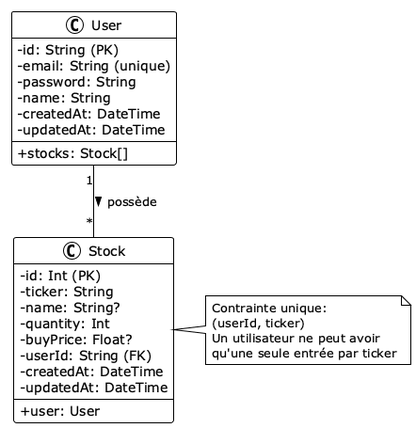
This is docs/uml/images/01-class-diagram.png from neyzare/FinanTrack, a PlantUML export, as it was before one commit. The source it was exported from:
```plantuml
@startuml
!theme plain
skinparam classAttributeIconSize 0

class User {
  - id: String (PK)
  - email: String (unique)
  - password: String
  - name: String
  - createdAt: DateTime
  - updatedAt: DateTime
  __
  + stocks: Stock[]
}

class Stock {
  - id: Int (PK)
  - ticker: String
  - name: String?
  - quantity: Int
  - buyPrice: Float?
  - userId: String (FK)
  - createdAt: DateTime
  - updatedAt: DateTime
  __
  + user: User
}

User "1" -- "*" Stock : possède >

note right of Stock
  Contrainte unique:
  (userId, ticker)
  Un utilisateur ne peut avoir
  qu'une seule entrée par ticker
end note

@enduml
```
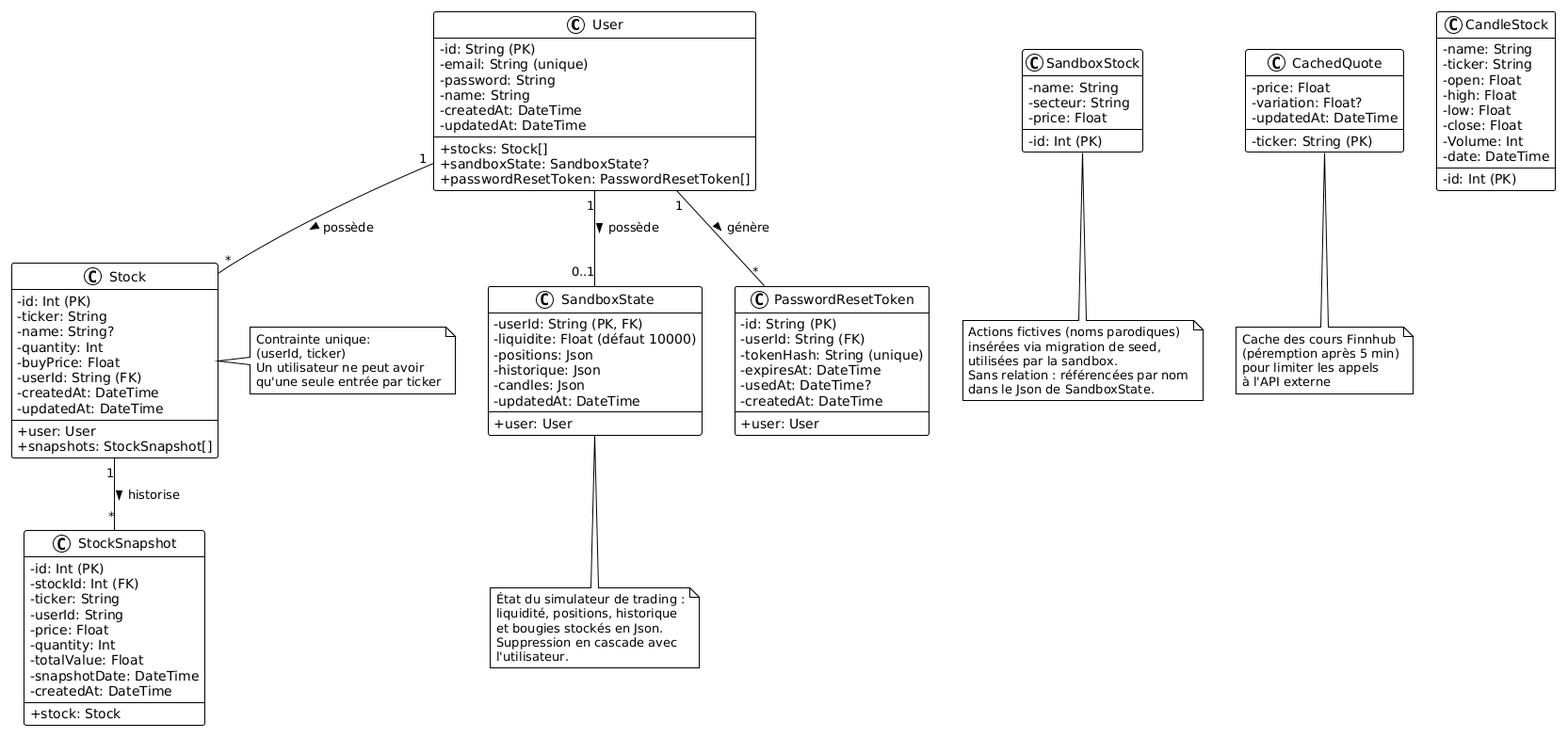
After the change.

The edit, as a diff of the source:
```diff
@@ -11,6 +11,8 @@
   - updatedAt: DateTime
   __
   + stocks: Stock[]
+  + sandboxState: SandboxState?
+  + passwordResetToken: PasswordResetToken[]
 }
 
 class Stock {
@@ -18,15 +20,81 @@
   - ticker: String
   - name: String?
   - quantity: Int
-  - buyPrice: Float?
+  - buyPrice: Float
   - userId: String (FK)
   - createdAt: DateTime
   - updatedAt: DateTime
   __
   + user: User
+  + snapshots: StockSnapshot[]
+}
+
+class StockSnapshot {
+  - id: Int (PK)
+  - stockId: Int (FK)
+  - ticker: String
+  - userId: String
+  - price: Float
+  - quantity: Int
+  - totalValue: Float
+  - snapshotDate: DateTime
+  - createdAt: DateTime
+  __
+  + stock: Stock
+}
+
+class SandboxState {
+  - userId: String (PK, FK)
+  - liquidite: Float (défaut 10000)
+  - positions: Json
+  - historique: Json
+  - candles: Json
+  - updatedAt: DateTime
+  __
+  + user: User
+}
+
+class SandboxStock {
+  - id: Int (PK)
+  - name: String
+  - secteur: String
+  - price: Float
+}
+
+class PasswordResetToken {
+  - id: String (PK)
+  - userId: String (FK)
+  - tokenHash: String (unique)
+  - expiresAt: DateTime
+  - usedAt: DateTime?
+  - createdAt: DateTime
+  __
+  + user: User
+}
+
+class CachedQuote {
+  - ticker: String (PK)
+  - price: Float
+  - variation: Float?
+  - updatedAt: DateTime
+}
+
+class CandleStock {
+  - id: Int (PK)
+  - name: String
+  - ticker: String
+  - open: Float
+  - high: Float
+  - low: Float
+  - close: Float
+  - Volume: Int
+  - date: DateTime
 }
 
 User "1" -- "*" Stock : possède >
+User "1" -- "0..1" SandboxState : possède >
+User "1" -- "*" PasswordResetToken : génère >
+Stock "1" -- "*" StockSnapshot : historise >
 
 note right of Stock
   Contrainte unique:
@@ -35,4 +103,27 @@
   qu'une seule entrée par ticker
 end note
 
+note bottom of SandboxState
+  État du simulateur de trading :
+  liquidité, positions, historique
+  et bougies stockés en Json.
+  Suppression en cascade avec
+  l'utilisateur.
+end note
+
+note bottom of CachedQuote
+  Cache des cours Finnhub
+  (péremption après 5 min)
+  pour limiter les appels
+  à l'API externe
+end note
+
+note bottom of SandboxStock
+  Actions fictives (noms parodiques)
+  insérées via migration de seed,
+  utilisées par la sandbox.
+  Sans relation : référencées par nom
+  dans le Json de SandboxState.
+end note
+
 @enduml
```
